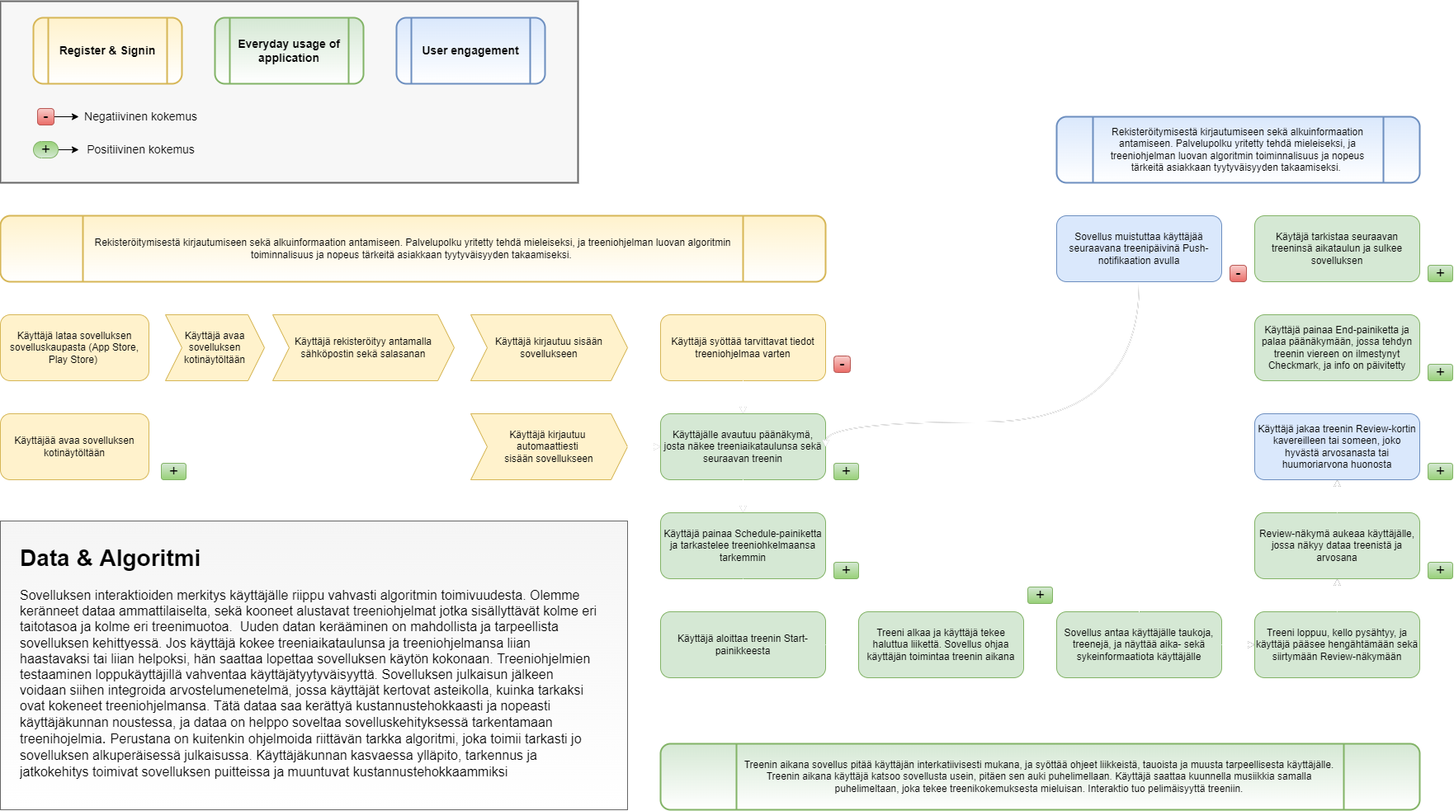
The draw.io diagram images/liikupalvelupolku.png in AvGoose/portfolio, before a commit. Source tidied: cells renumbered, new cells last; positions are measured from the earlier drawing's top-left corner, leaving out a move shared by most shapes.
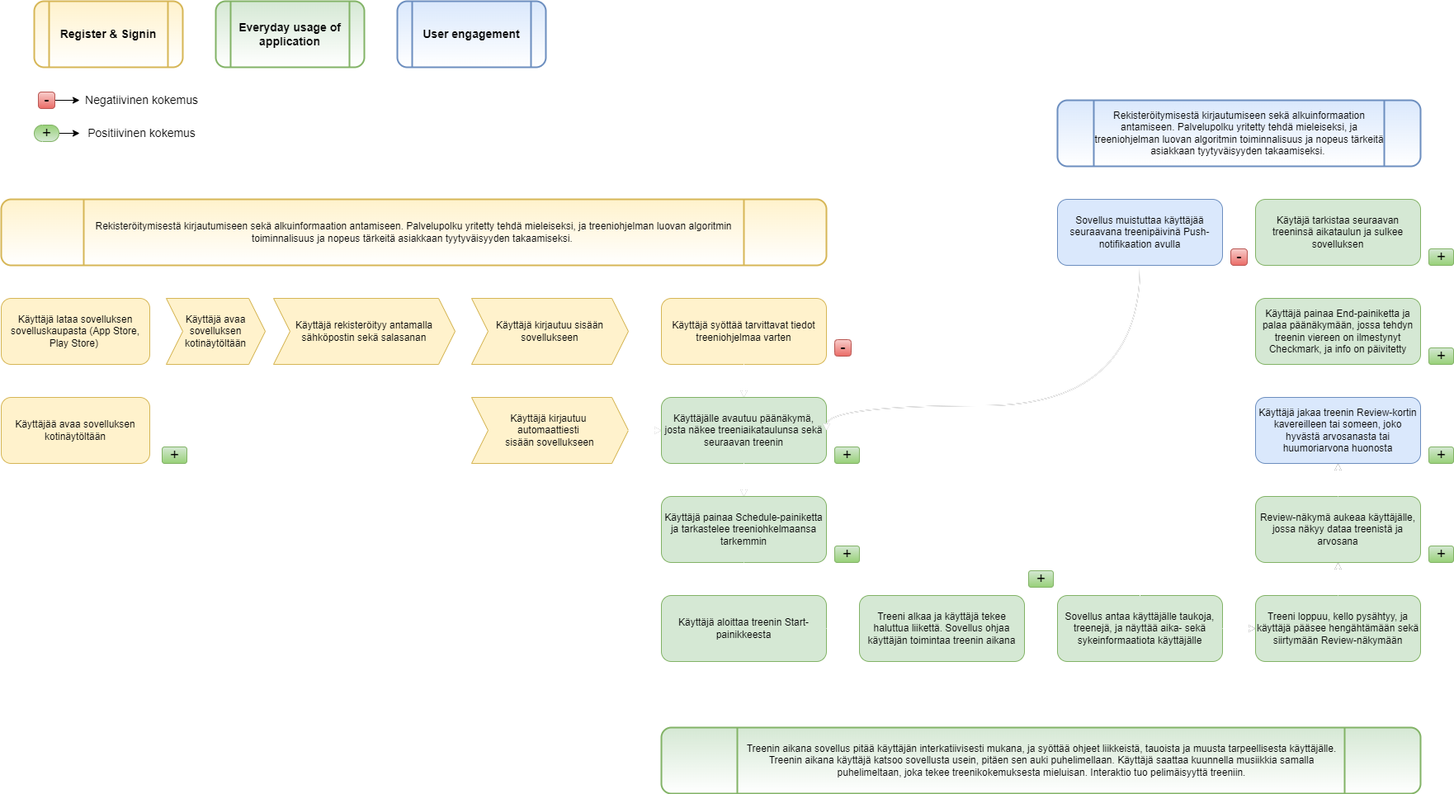
The same diagram one commit later.

Change to the diagram source:
```diff
@@ -2,9 +2,6 @@
   <root>
     <mxCell id="0" />
     <mxCell id="1" parent="0" />
-    <mxCell id="2" style="whiteSpace=wrap;html=1;rounded=0;fontSize=14;strokeWidth=2;fillColor=#F7F7F7;align=center;strokeColor=#666666;fontColor=#333333;" parent="1" vertex="1">
-      <mxGeometry width="700" height="220" as="geometry" />
-    </mxCell>
     <mxCell id="3" style="edgeStyle=orthogonalEdgeStyle;rounded=0;jettySize=auto;html=1;strokeColor=#FFFFFF;" parent="1" edge="1" source="4" target="6">
       <mxGeometry relative="1" as="geometry" />
     </mxCell>
@@ -198,12 +195,6 @@
     <mxCell id="61" value="Positiivinen kokemus" style="text;html=1;align=center;verticalAlign=middle;points=[];strokeColor=none;fillColor=none;fontSize=14;" parent="1" vertex="1">
       <mxGeometry x="95" y="170" width="150" height="20" as="geometry" />
     </mxCell>
-    <mxCell id="62" style="rounded=0;whiteSpace=wrap;html=1;shadow=0;fontSize=18;strokeWidth=1;align=left;fillColor=#f5f5f5;strokeColor=#666666;fontColor=#333333;gradientColor=#ffffff;" parent="1" vertex="1">
-      <mxGeometry y="630" width="760" height="350" as="geometry" />
-    </mxCell>
-    <mxCell id="63" value="&lt;h1 style=&quot;text-align: left&quot;&gt;Data &amp;amp; Algoritmi&lt;/h1&gt;&lt;p style=&quot;text-align: left&quot;&gt;&lt;font style=&quot;font-size: 16px&quot;&gt;Sovelluksen interaktioiden merkitys käyttäjälle riippu vahvasti algoritmin toimivuudesta. Olemme keränneet dataa ammattilaiselta, sekä kooneet alustavat treeniohjelmat jotka sisällyttävät kolme eri taitotasoa ja kolme eri treenimuotoa.&amp;nbsp; Uuden datan kerääminen on mahdollista ja tarpeellista sovelluksen kehittyessä. Jos käyttäjä kokee treeniaikataulunsa ja treeniohjelmansa liian haastavaksi tai liian helpoksi, hän saattaa lopettaa sovelluksen käytön kokonaan. Treeniohjelmien testaaminen loppukäyttäjillä vahventaa käyttäjätyytyväisyyttä. Sovelluksen julkaisun jälkeen voidaan siihen integroida arvostelumenetelmä, jossa käyttäjät kertovat asteikolla, kuinka tarkaksi ovat kokeneet treeniohjelmansa. Tätä dataa saa kerättyä kustannustehokkaasti ja nopeasti käyttäjäkunnan noustessa, ja dataa on helppo soveltaa sovelluskehityksessä tarkentamaan treenihojelmia&lt;/font&gt;&lt;font style=&quot;font-size: 18px&quot;&gt;. &lt;/font&gt;&lt;font style=&quot;font-size: 16px&quot;&gt;Perustana on kuitenkin ohjelmoida riittävän tarkka algoritmi, joka toimii tarkasti jo sovelluksen alkuperäisessä julkaisussa. Käyttäjäkunnan kasvaessa ylläpito, tarkennus ja jatkokehitys toimivat sovelluksen puitteissa ja muuntuvat kustannustehokkaammiksi&lt;/font&gt;&lt;/p&gt;&lt;p style=&quot;text-align: left&quot;&gt;&lt;br&gt;&lt;/p&gt;" style="text;html=1;strokeColor=none;fillColor=none;spacing=5;spacingTop=-20;whiteSpace=wrap;overflow=hidden;rounded=0;shadow=0;fontSize=14;align=center;" parent="1" vertex="1">
-      <mxGeometry x="20" y="650" width="710" height="300" as="geometry" />
-    </mxCell>
     <mxCell id="64" style="edgeStyle=orthogonalEdgeStyle;rounded=0;orthogonalLoop=1;jettySize=auto;html=1;strokeColor=#FFFFFF;" parent="1" edge="1">
       <mxGeometry relative="1" as="geometry">
         <mxPoint x="760" y="540" as="sourcePoint" />
```
